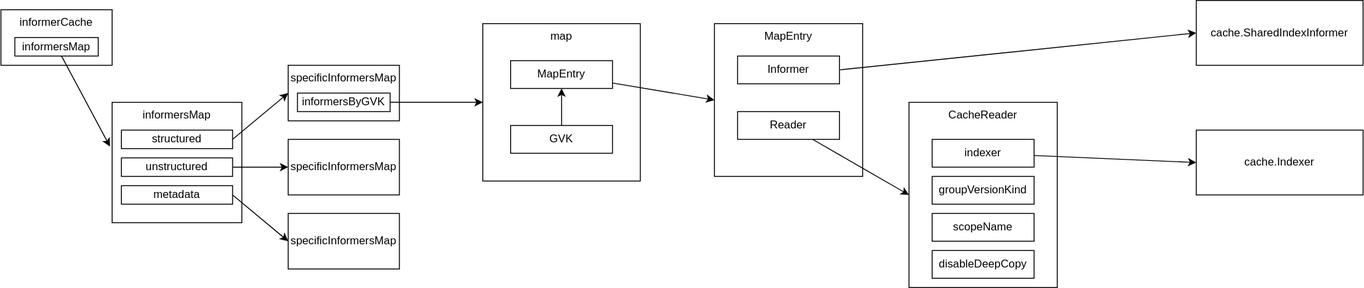
Earlier version of the draw.io export contents/kubernetes-operator/controller-runtime/cache/diagram.drawio.svg (nakamasato/kubernetes-training). Source tidied: cells renumbered, new cells last; positions are measured from the earlier drawing's top-left corner, leaving out a move shared by most shapes.
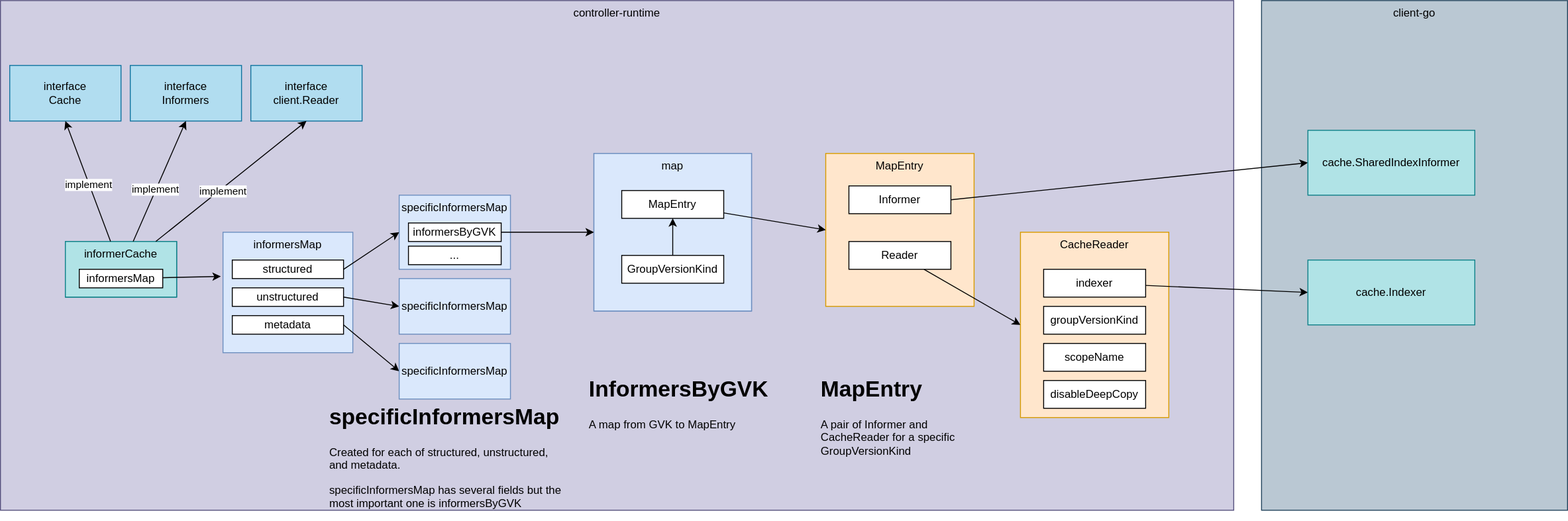
Above is the later version.

Commit message:
controller-runtime: update cache (#186)

What changed in the source:
```diff
@@ -2,20 +2,17 @@
   <root>
     <mxCell id="0" />
     <mxCell id="1" parent="0" />
-    <mxCell id="2" value="informerCache" style="rounded=0;whiteSpace=wrap;html=1;verticalAlign=top;" parent="1" vertex="1">
-      <mxGeometry y="10" width="120" height="60" as="geometry" />
-    </mxCell>
+    <mxCell id="36" value="client-go" style="rounded=0;whiteSpace=wrap;html=1;verticalAlign=top;fillColor=#bac8d3;strokeColor=#23445d;" parent="1" vertex="1">
+      <mxGeometry x="1240" y="-140" width="330" height="550" as="geometry" />
+    </mxCell>
+    <mxCell id="37" value="controller-runtime" style="rounded=0;whiteSpace=wrap;html=1;verticalAlign=top;fillColor=#d0cee2;strokeColor=#56517e;" parent="1" vertex="1">
+      <mxGeometry x="-120" y="-140" width="1330" height="550" as="geometry" />
+    </mxCell>
-    <mxCell id="3" value="informersMap" style="rounded=0;whiteSpace=wrap;html=1;verticalAlign=top;" parent="1" vertex="1">
+    <mxCell id="3" value="informersMap" style="rounded=0;whiteSpace=wrap;html=1;verticalAlign=top;fillColor=#dae8fc;strokeColor=#6c8ebf;" parent="1" vertex="1">
       <mxGeometry x="120" y="110" width="140" height="130" as="geometry" />
     </mxCell>
-    <mxCell id="4" style="edgeStyle=none;html=1;entryX=-0.017;entryY=0.367;entryDx=0;entryDy=0;entryPerimeter=0;" parent="1" edge="1" source="5" target="3">
-      <mxGeometry relative="1" as="geometry" />
-    </mxCell>
-    <mxCell id="5" value="informersMap" style="rounded=0;whiteSpace=wrap;html=1;" parent="1" vertex="1">
-      <mxGeometry x="15" y="40" width="90" height="20" as="geometry" />
-    </mxCell>
-    <mxCell id="6" value="specificInformersMap" style="rounded=0;whiteSpace=wrap;html=1;verticalAlign=top;" parent="1" vertex="1">
-      <mxGeometry x="310" y="70" width="120" height="60" as="geometry" />
+    <mxCell id="6" value="specificInformersMap" style="rounded=0;whiteSpace=wrap;html=1;verticalAlign=top;fillColor=#dae8fc;strokeColor=#6c8ebf;" parent="1" vertex="1">
+      <mxGeometry x="310" y="70" width="120" height="80" as="geometry" />
     </mxCell>
     <mxCell id="7" style="edgeStyle=none;html=1;entryX=0;entryY=0.5;entryDx=0;entryDy=0;exitX=1;exitY=0.5;exitDx=0;exitDy=0;" parent="1" edge="1" source="8" target="6">
       <mxGeometry relative="1" as="geometry" />
@@ -35,25 +32,25 @@
     <mxCell id="12" value="metadata" style="rounded=0;whiteSpace=wrap;html=1;" parent="1" vertex="1">
       <mxGeometry x="130" y="200" width="120" height="20" as="geometry" />
     </mxCell>
-    <mxCell id="13" value="specificInformersMap" style="rounded=0;whiteSpace=wrap;html=1;" parent="1" vertex="1">
-      <mxGeometry x="310" y="150" width="120" height="60" as="geometry" />
+    <mxCell id="13" value="specificInformersMap" style="rounded=0;whiteSpace=wrap;html=1;fillColor=#dae8fc;strokeColor=#6c8ebf;" parent="1" vertex="1">
+      <mxGeometry x="310" y="160" width="120" height="60" as="geometry" />
     </mxCell>
-    <mxCell id="14" value="specificInformersMap" style="rounded=0;whiteSpace=wrap;html=1;" parent="1" vertex="1">
+    <mxCell id="14" value="specificInformersMap" style="rounded=0;whiteSpace=wrap;html=1;fillColor=#dae8fc;strokeColor=#6c8ebf;" parent="1" vertex="1">
       <mxGeometry x="310" y="230" width="120" height="60" as="geometry" />
     </mxCell>
     <mxCell id="15" value="informersByGVK" style="rounded=0;whiteSpace=wrap;html=1;" parent="1" vertex="1">
       <mxGeometry x="320" y="100" width="100" height="20" as="geometry" />
     </mxCell>
-    <mxCell id="16" value="x" style="group;" parent="1" vertex="1">
+    <mxCell id="16" value="x" style="group;fillColor=#dae8fc;strokeColor=#6c8ebf;" parent="1" vertex="1">
       <mxGeometry x="520" y="25" width="170" height="170" as="geometry" />
     </mxCell>
-    <mxCell id="17" value="map" style="rounded=0;whiteSpace=wrap;html=1;verticalAlign=top;" parent="16" vertex="1">
+    <mxCell id="17" value="map" style="rounded=0;whiteSpace=wrap;html=1;verticalAlign=top;fillColor=#dae8fc;strokeColor=#6c8ebf;" parent="16" vertex="1">
       <mxGeometry width="170" height="170" as="geometry" />
     </mxCell>
     <mxCell id="18" value="MapEntry" style="rounded=0;whiteSpace=wrap;html=1;" parent="16" vertex="1">
       <mxGeometry x="30" y="40" width="110" height="30" as="geometry" />
     </mxCell>
-    <mxCell id="19" value="GVK" style="rounded=0;whiteSpace=wrap;html=1;" parent="16" vertex="1">
+    <mxCell id="19" value="GroupVersionKind" style="rounded=0;whiteSpace=wrap;html=1;" parent="16" vertex="1">
       <mxGeometry x="30" y="110" width="110" height="30" as="geometry" />
     </mxCell>
     <mxCell id="20" style="edgeStyle=none;html=1;entryX=0;entryY=0.5;entryDx=0;entryDy=0;exitX=1;exitY=0.5;exitDx=0;exitDy=0;" parent="16" edge="1" source="15" target="17">
@@ -62,7 +59,7 @@
     <mxCell id="21" style="edgeStyle=none;html=1;" parent="16" edge="1" source="19" target="18">
       <mxGeometry relative="1" as="geometry" />
     </mxCell>
-    <mxCell id="22" value="MapEntry" style="rounded=0;whiteSpace=wrap;html=1;verticalAlign=top;" parent="1" vertex="1">
+    <mxCell id="22" value="MapEntry" style="rounded=0;whiteSpace=wrap;html=1;verticalAlign=top;fillColor=#ffe6cc;strokeColor=#d79b00;" parent="1" vertex="1">
       <mxGeometry x="770" y="25" width="160" height="165" as="geometry" />
     </mxCell>
     <mxCell id="23" style="edgeStyle=none;html=1;entryX=0;entryY=0.5;entryDx=0;entryDy=0;exitX=1;exitY=0.5;exitDx=0;exitDy=0;" parent="1" edge="1" source="24" target="34">
@@ -80,7 +77,7 @@
     <mxCell id="27" style="edgeStyle=none;html=1;entryX=0;entryY=0.5;entryDx=0;entryDy=0;" parent="1" edge="1" source="18" target="22">
       <mxGeometry relative="1" as="geometry" />
     </mxCell>
-    <mxCell id="28" value="CacheReader" style="rounded=0;whiteSpace=wrap;html=1;verticalAlign=top;" parent="1" vertex="1">
+    <mxCell id="28" value="CacheReader" style="rounded=0;whiteSpace=wrap;html=1;verticalAlign=top;fillColor=#ffe6cc;strokeColor=#d79b00;" parent="1" vertex="1">
       <mxGeometry x="980" y="110" width="160" height="200" as="geometry" />
     </mxCell>
     <mxCell id="29" style="edgeStyle=none;html=1;entryX=0;entryY=0.5;entryDx=0;entryDy=0;" parent="1" edge="1" source="30" target="35">
@@ -98,11 +95,62 @@
     <mxCell id="33" value="disableDeepCopy" style="rounded=0;whiteSpace=wrap;html=1;" parent="1" vertex="1">
       <mxGeometry x="1005" y="270" width="110" height="30" as="geometry" />
     </mxCell>
-    <mxCell id="34" value="cache.SharedIndexInformer" style="rounded=0;whiteSpace=wrap;html=1;verticalAlign=middle;" parent="1" vertex="1">
+    <mxCell id="34" value="cache.SharedIndexInformer" style="rounded=0;whiteSpace=wrap;html=1;verticalAlign=middle;fillColor=#b0e3e6;strokeColor=#0e8088;" parent="1" vertex="1">
       <mxGeometry x="1290" width="180" height="70" as="geometry" />
     </mxCell>
-    <mxCell id="35" value="cache.Indexer" style="rounded=0;whiteSpace=wrap;html=1;verticalAlign=middle;" parent="1" vertex="1">
+    <mxCell id="35" value="cache.Indexer" style="rounded=0;whiteSpace=wrap;html=1;verticalAlign=middle;fillColor=#b0e3e6;strokeColor=#0e8088;" parent="1" vertex="1">
       <mxGeometry x="1290" y="140" width="180" height="70" as="geometry" />
     </mxCell>
+    <mxCell id="38" style="group;fillColor=#b0e3e6;strokeColor=#0e8088;" parent="1" vertex="1">
+      <mxGeometry x="-50" y="120" width="120" height="60" as="geometry" />
+    </mxCell>
+    <mxCell id="2" value="informerCache" style="rounded=0;whiteSpace=wrap;html=1;verticalAlign=top;fillColor=#b0e3e6;strokeColor=#0e8088;" parent="38" vertex="1">
+      <mxGeometry width="120" height="60" as="geometry" />
+    </mxCell>
+    <mxCell id="5" value="informersMap" style="rounded=0;whiteSpace=wrap;html=1;" parent="38" vertex="1">
+      <mxGeometry x="15" y="30" width="90" height="20" as="geometry" />
+    </mxCell>
+    <mxCell id="4" style="edgeStyle=none;html=1;entryX=-0.017;entryY=0.367;entryDx=0;entryDy=0;entryPerimeter=0;" parent="1" edge="1" source="5" target="3">
+      <mxGeometry relative="1" as="geometry" />
+    </mxCell>
+    <mxCell id="39" value="interface&lt;br&gt;Cache" style="rounded=0;whiteSpace=wrap;html=1;fillColor=#b1ddf0;strokeColor=#10739e;" parent="1" vertex="1">
+      <mxGeometry x="-110" y="-70" width="120" height="60" as="geometry" />
+    </mxCell>
+    <mxCell id="40" value="interface&lt;br&gt;Informers" style="rounded=0;whiteSpace=wrap;html=1;fillColor=#b1ddf0;strokeColor=#10739e;" parent="1" vertex="1">
+      <mxGeometry x="20" y="-70" width="120" height="60" as="geometry" />
+    </mxCell>
+    <mxCell id="41" value="interface&lt;br&gt;client.Reader" style="rounded=0;whiteSpace=wrap;html=1;fillColor=#b1ddf0;strokeColor=#10739e;" parent="1" vertex="1">
+      <mxGeometry x="150" y="-70" width="120" height="60" as="geometry" />
+    </mxCell>
+    <mxCell id="42" style="edgeStyle=none;html=1;entryX=0.5;entryY=1;entryDx=0;entryDy=0;" parent="1" edge="1" source="2" target="40">
+      <mxGeometry relative="1" as="geometry" />
+    </mxCell>
+    <mxCell id="43" value="implement" style="edgeLabel;html=1;align=center;verticalAlign=middle;" parent="42" vertex="1">
+      <mxGeometry x="-0.14" y="1" relative="1" as="geometry" />
+    </mxCell>
+    <mxCell id="44" style="edgeStyle=none;html=1;entryX=0.5;entryY=1;entryDx=0;entryDy=0;" parent="1" edge="1" source="2" target="39">
+      <mxGeometry relative="1" as="geometry" />
+    </mxCell>
+    <mxCell id="45" value="implement" style="edgeLabel;html=1;align=center;verticalAlign=middle;" parent="44" vertex="1">
+      <mxGeometry x="-0.06" y="1" relative="1" as="geometry" />
+    </mxCell>
+    <mxCell id="46" style="edgeStyle=none;html=1;entryX=0.5;entryY=1;entryDx=0;entryDy=0;" parent="1" edge="1" source="2" target="41">
+      <mxGeometry relative="1" as="geometry" />
+    </mxCell>
+    <mxCell id="47" value="implement" style="edgeLabel;html=1;align=center;verticalAlign=middle;" parent="46" vertex="1">
+      <mxGeometry x="-0.13" y="-2" relative="1" as="geometry" />
+    </mxCell>
+    <mxCell id="48" value="..." style="rounded=0;whiteSpace=wrap;html=1;" parent="1" vertex="1">
+      <mxGeometry x="320" y="125" width="100" height="20" as="geometry" />
+    </mxCell>
+    <mxCell id="49" value="&lt;h1&gt;MapEntry&lt;/h1&gt;&lt;p&gt;A pair of Informer and CacheReader for a specific GroupVersionKind&lt;/p&gt;" style="text;html=1;strokeColor=none;fillColor=none;spacing=5;spacingTop=-20;whiteSpace=wrap;overflow=hidden;rounded=0;" parent="1" vertex="1">
+      <mxGeometry x="760" y="260" width="190" height="120" as="geometry" />
+    </mxCell>
+    <mxCell id="50" value="&lt;h1&gt;InformersByGVK&lt;/h1&gt;&lt;p&gt;A map from GVK to MapEntry&lt;/p&gt;" style="text;html=1;strokeColor=none;fillColor=none;spacing=5;spacingTop=-20;whiteSpace=wrap;overflow=hidden;rounded=0;" parent="1" vertex="1">
+      <mxGeometry x="510" y="260" width="210" height="100" as="geometry" />
+    </mxCell>
+    <mxCell id="51" value="&lt;h1&gt;specificInformersMap&lt;/h1&gt;&lt;p&gt;Created for each of structured, unstructured, and metadata.&lt;/p&gt;&lt;p&gt;specificInformersMap has several fields but the most important one is informersByGVK&lt;/p&gt;" style="text;html=1;strokeColor=none;fillColor=none;spacing=5;spacingTop=-20;whiteSpace=wrap;overflow=hidden;rounded=0;" parent="1" vertex="1">
+      <mxGeometry x="230" y="290" width="260" height="130" as="geometry" />
+    </mxCell>
   </root>
 </mxGraphModel>
```
